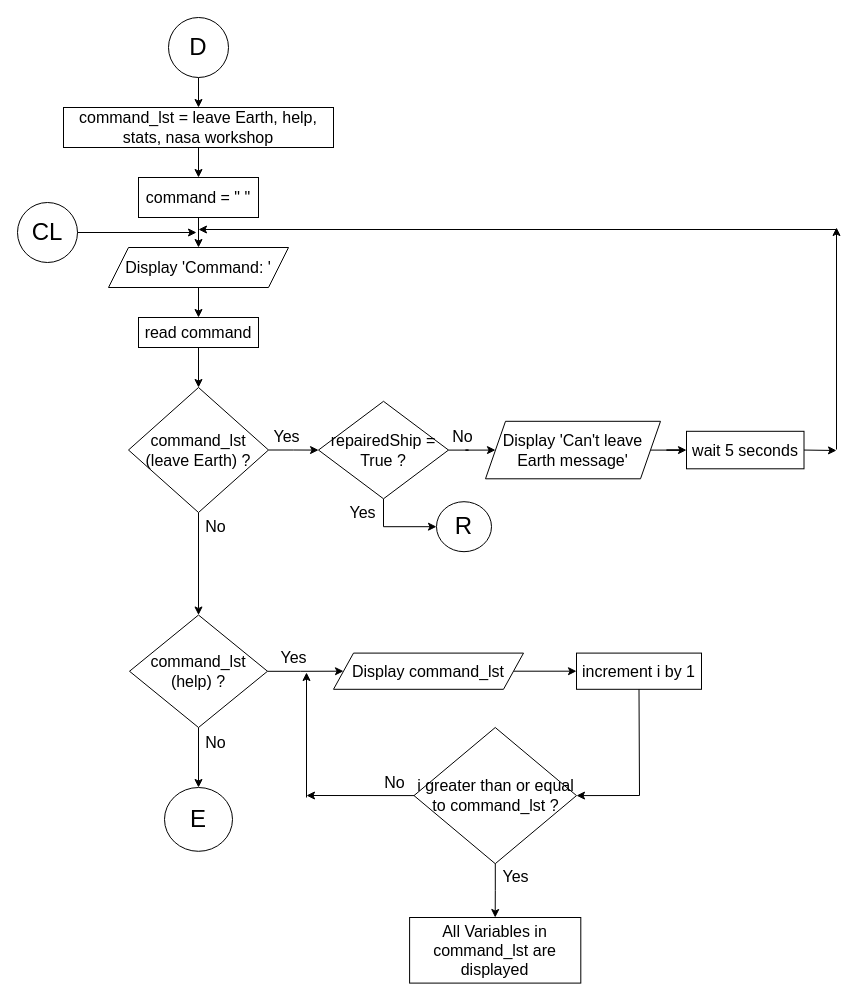
This is page "Page-3" (3 of 5) of Computer Programs/java_peter/Year_Final_Project/Space-RacerII/Documentation/Game Flowchart/Game Flowchart (Draw.IO)/Draw.IO Files/Space Racer JAVA Game (Switch Flowchart).drawio from apollo69-22/Computer-Studies, a draw.io file, before an edit. Source tidied: cells renumbered, new cells numbered last; positions are measured from the earlier drawing's top-left corner, leaving out a move shared by most shapes. Both pictures are drawn from the tidied source at 100%, with x=0, y=0 at pixel (17, 17).
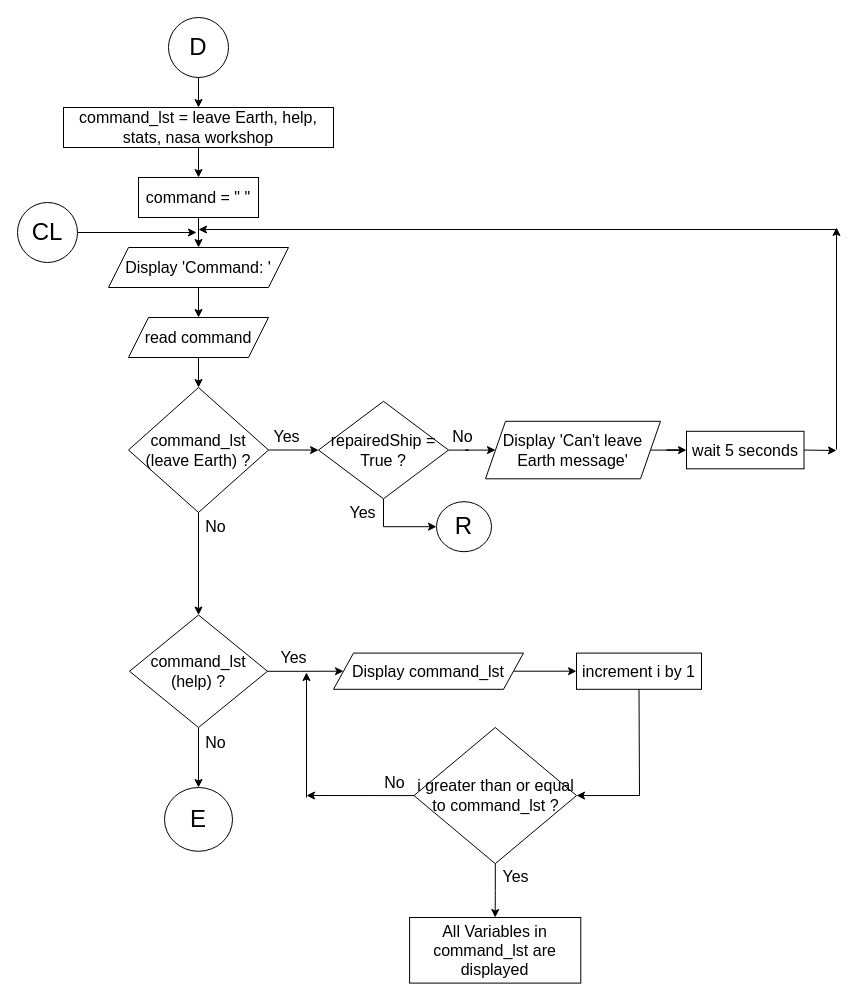
Above is the later version.

The change refers to these unchanged cells:
```xml
<mxCell id="9" value="&lt;font style=&quot;font-size: 16px;&quot;&gt;Display 'Command: '&lt;/font&gt;" style="shape=parallelogram;perimeter=parallelogramPerimeter;whiteSpace=wrap;html=1;fixedSize=1;" parent="1" vertex="1">
  <mxGeometry x="91" y="230" width="180" height="40" as="geometry" />
</mxCell>
<mxCell id="14" value="&lt;font style=&quot;font-size: 16px;&quot;&gt;command_lst (leave Earth) ?&lt;/font&gt;" style="rhombus;whiteSpace=wrap;html=1;rounded=0;glass=0;shadow=0;" parent="1" vertex="1">
  <mxGeometry x="111" y="370" width="140" height="125" as="geometry" />
</mxCell>
```

What changed in the source:
```diff
@@
-    <mxCell id="8" style="edgeStyle=orthogonalEdgeStyle;rounded=0;jettySize=auto;html=1;" parent="1" edge="1" source="9" target="11">
+    <mxCell id="8" style="edgeStyle=orthogonalEdgeStyle;rounded=0;jettySize=auto;html=1;entryX=0.5;entryY=0;entryDx=0;entryDy=0;" parent="1" edge="1" source="9" target="11">
       <mxGeometry relative="1" as="geometry" />
     </mxCell>
@@
-    <mxCell id="10" style="edgeStyle=orthogonalEdgeStyle;rounded=0;jettySize=auto;html=1;" parent="1" edge="1" source="11" target="14">
+    <mxCell id="10" style="edgeStyle=orthogonalEdgeStyle;rounded=0;jettySize=auto;html=1;exitX=0.5;exitY=1;exitDx=0;exitDy=0;" parent="1" edge="1" source="11" target="14">
       <mxGeometry relative="1" as="geometry" />
     </mxCell>
-    <mxCell id="11" value="&lt;font style=&quot;font-size: 16px;&quot;&gt;read command&lt;/font&gt;" style="whiteSpace=wrap;html=1;rounded=0;glass=0;shadow=0;" parent="1" vertex="1">
-      <mxGeometry x="121" y="300" width="120" height="30" as="geometry" />
-    </mxCell>
@@
+    <mxCell id="11" value="&lt;font style=&quot;font-size: 16px;&quot;&gt;read command&lt;/font&gt;" style="shape=parallelogram;perimeter=parallelogramPerimeter;whiteSpace=wrap;html=1;fixedSize=1;" parent="1" vertex="1">
+      <mxGeometry x="111" y="300" width="140" height="40" as="geometry" />
+    </mxCell>
```
